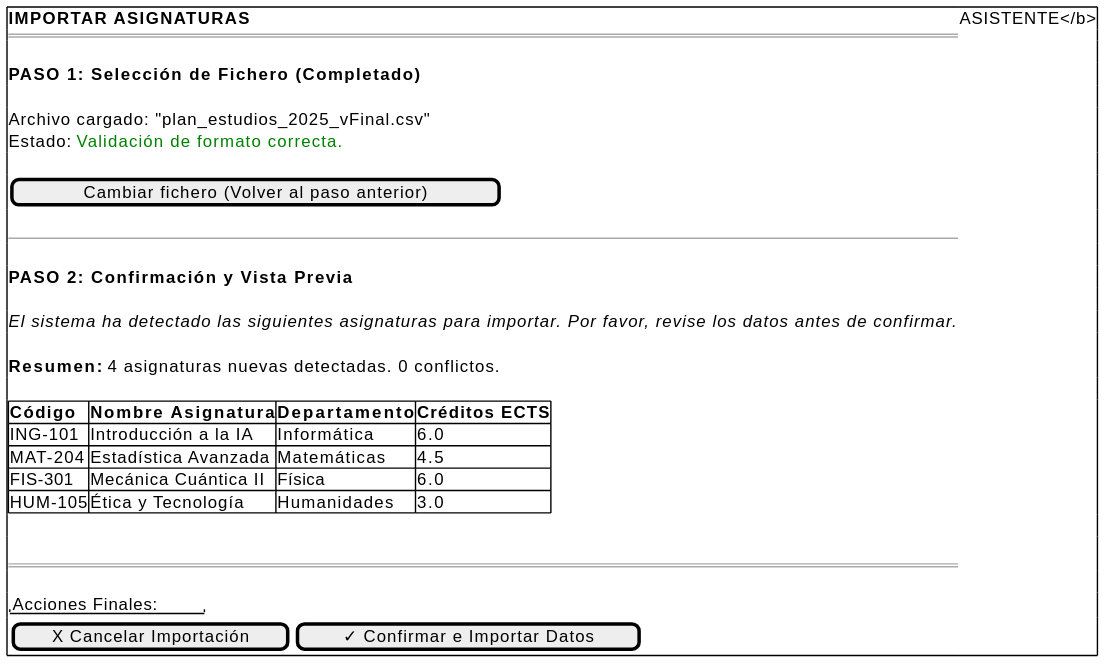
The PlantUML diagram documents/casos-de-uso/prototipadoCasosDeUso/importarAsignaturas/importarAsignaturas.svg in martinlopez7/25-26-IdSw1-SdR, before a commit.
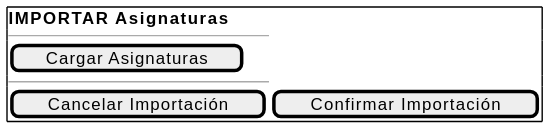
After the commit.

The edit, as a diff of the source:
```diff
@@ -1,35 +1,12 @@
-@startsalt importarAsignaturas_WIREFRAME
+@startsalt
 {+
-    <b>IMPORTAR ASIGNATURAS | ASISTENTE</b>
-    ===
-    .
-    <b>PASO 1: Selección de Fichero (Completado)</b>
-    .
-    Archivo cargado: "plan_estudios_2025_vFinal.csv"
-    Estado: <color:green>Validación de formato correcta.</color>
-    .
-    [ Cambiar fichero (Volver al paso anterior) ]
-    .
-    --
-    .
-    <b>PASO 2: Confirmación y Vista Previa</b>
-    .
-    <i>El sistema ha detectado las siguientes asignaturas para importar. Por favor, revise los datos antes de confirmar.</i>
-    .
-    <b>Resumen:</b> 4 asignaturas nuevas detectadas. 0 conflictos.
-    .
-    {#
-        <b>Código</b> | <b>Nombre Asignatura</b> | <b>Departamento</b> | <b>Créditos ECTS</b>
-        ING-101 | Introducción a la IA | Informática | 6.0
-        MAT-204 | Estadística Avanzada | Matemáticas | 4.5
-        FIS-301 | Mecánica Cuántica II | Física | 6.0
-        HUM-105 | Ética y Tecnología | Humanidades | 3.0
-    }
-    .
-    .
-    ====
-    .
-    "Acciones Finales:"
-    { [ X Cancelar Importación ] | [ ✓ Confirmar e Importar Datos ] }
+  <b>IMPORTAR Asignaturas</b>
+  --
+
+  [ Cargar Asignaturas ]
+
+  --
+
+  [ Cancelar Importación ] | [ Confirmar Importación ]
 }
 @endsalt
```
